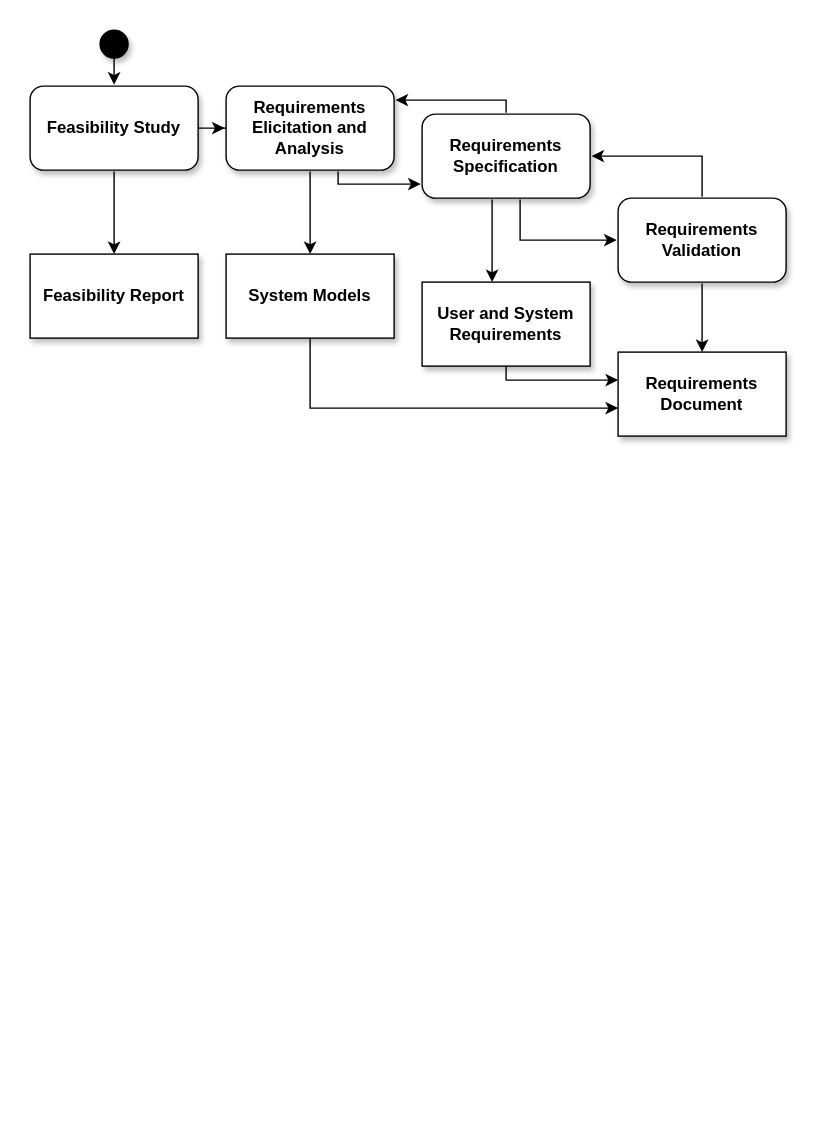
The draw.io diagram RE Process.drawio in ahmrh/diagrams.net, before the edit. Source tidied: cells renumbered, new cells numbered last; positions are measured from the earlier drawing's top-left corner, leaving out a move shared by most shapes. Both pictures are drawn from the tidied source at 140%, with x=0, y=0 at pixel (29, 29).
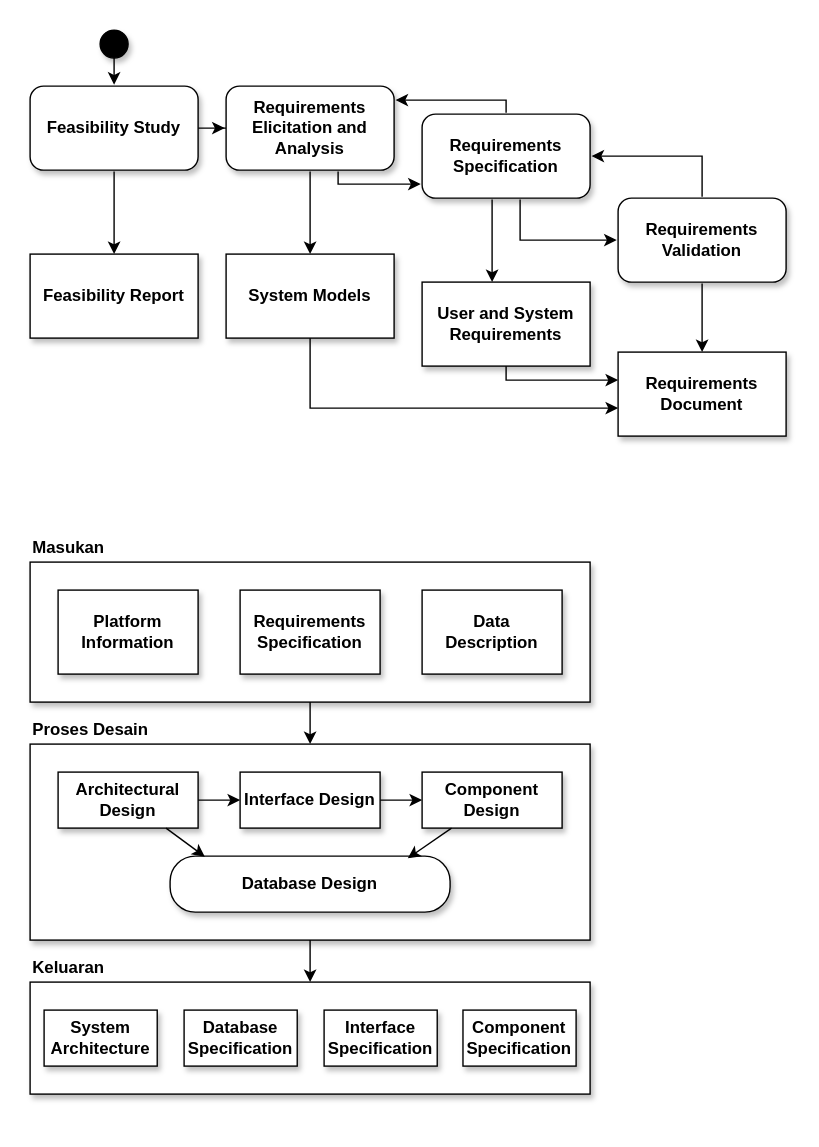
The same diagram, later.

The edit, as a diff of the source:
```diff
@@
+    <mxCell id="23" style="group;" parent="1" vertex="1">
+      <mxGeometry y="380" width="400" height="100" as="geometry" />
+    </mxCell>
+    <mxCell id="24" style="rounded=0;whiteSpace=wrap;html=1;shadow=1;strokeColor=default;fillColor=#FFFFFF;" parent="23" vertex="1">
+      <mxGeometry width="400" height="100" as="geometry" />
+    </mxCell>
+    <mxCell id="25" value="Platform Information" style="rounded=0;whiteSpace=wrap;html=1;shadow=1;strokeColor=default;fillColor=#FFFFFF;fontStyle=1;" parent="23" vertex="1">
+      <mxGeometry x="20" y="20" width="100" height="60" as="geometry" />
+    </mxCell>
+    <mxCell id="26" value="Requirements Specification" style="rounded=0;whiteSpace=wrap;html=1;shadow=1;strokeColor=default;fillColor=#FFFFFF;fontStyle=1;" parent="23" vertex="1">
+      <mxGeometry x="150" y="20" width="100" height="60" as="geometry" />
+    </mxCell>
+    <mxCell id="27" value="Data &lt;br&gt;Description" style="rounded=0;whiteSpace=wrap;html=1;shadow=1;strokeColor=default;fillColor=#FFFFFF;fontStyle=1;" parent="23" vertex="1">
+      <mxGeometry x="280" y="20" width="100" height="60" as="geometry" />
+    </mxCell>
+    <mxCell id="28" style="group;" parent="1" vertex="1">
+      <mxGeometry y="510" width="400" height="140" as="geometry" />
+    </mxCell>
+    <mxCell id="29" style="rounded=0;whiteSpace=wrap;html=1;shadow=1;strokeColor=default;fillColor=#FFFFFF;" parent="28" vertex="1">
+      <mxGeometry width="400" height="140" as="geometry" />
+    </mxCell>
+    <mxCell id="30" style="edgeStyle=orthogonalEdgeStyle;rounded=0;jettySize=auto;html=1;" parent="28" edge="1" source="31" target="33">
+      <mxGeometry relative="1" as="geometry" />
+    </mxCell>
+    <mxCell id="31" value="Architectural Design" style="rounded=0;whiteSpace=wrap;html=1;shadow=1;strokeColor=default;fillColor=#FFFFFF;fontStyle=1;" parent="28" vertex="1">
+      <mxGeometry x="20" y="20" width="100" height="40" as="geometry" />
+    </mxCell>
+    <mxCell id="32" style="edgeStyle=orthogonalEdgeStyle;rounded=0;jettySize=auto;html=1;" parent="28" edge="1" source="33" target="34">
+      <mxGeometry relative="1" as="geometry" />
+    </mxCell>
+    <mxCell id="33" value="Interface Design" style="rounded=0;whiteSpace=wrap;html=1;shadow=1;strokeColor=default;fillColor=#FFFFFF;fontStyle=1;" parent="28" vertex="1">
+      <mxGeometry x="150" y="20" width="100" height="40" as="geometry" />
+    </mxCell>
+    <mxCell id="34" value="Component Design" style="rounded=0;whiteSpace=wrap;html=1;shadow=1;strokeColor=default;fillColor=#FFFFFF;fontStyle=1;" parent="28" vertex="1">
+      <mxGeometry x="280" y="20" width="100" height="40" as="geometry" />
+    </mxCell>
+    <mxCell id="35" value="Database Design" style="rounded=1;whiteSpace=wrap;html=1;shadow=1;strokeColor=default;fillColor=#FFFFFF;fontStyle=1;arcSize=45;" parent="28" vertex="1">
+      <mxGeometry x="100" y="80" width="200" height="40" as="geometry" />
+    </mxCell>
+    <mxCell id="36" style="endArrow=classic;html=1;rounded=0;entryX=0.124;entryY=0.011;entryDx=0;entryDy=0;entryPerimeter=0;" parent="28" edge="1" source="31" target="35">
+      <mxGeometry relative="1" as="geometry" />
+    </mxCell>
+    <mxCell id="37" style="endArrow=classic;html=1;rounded=0;entryX=0.849;entryY=0.039;entryDx=0;entryDy=0;entryPerimeter=0;" parent="28" edge="1" source="34" target="35">
+      <mxGeometry relative="1" as="geometry" />
+    </mxCell>
+    <mxCell id="38" style="group;" parent="1" vertex="1">
+      <mxGeometry y="680" width="410" height="100" as="geometry" />
+    </mxCell>
+    <mxCell id="39" style="rounded=0;whiteSpace=wrap;html=1;shadow=1;strokeColor=default;fillColor=#FFFFFF;" parent="38" vertex="1">
+      <mxGeometry width="400" height="80" as="geometry" />
+    </mxCell>
+    <mxCell id="40" value="Database Specification" style="rounded=0;whiteSpace=wrap;html=1;shadow=1;strokeColor=default;fillColor=#FFFFFF;fontStyle=1;imageHeight=24;" parent="38" vertex="1">
+      <mxGeometry x="110" y="20" width="80.8" height="40" as="geometry" />
+    </mxCell>
+    <mxCell id="41" value="System Architecture" style="rounded=0;whiteSpace=wrap;html=1;shadow=1;strokeColor=default;fillColor=#FFFFFF;fontStyle=1;imageHeight=24;" parent="38" vertex="1">
+      <mxGeometry x="10" y="20" width="80.8" height="40" as="geometry" />
+    </mxCell>
+    <mxCell id="42" value="Interface Specification" style="rounded=0;whiteSpace=wrap;html=1;shadow=1;strokeColor=default;fillColor=#FFFFFF;fontStyle=1;imageHeight=24;" parent="38" vertex="1">
+      <mxGeometry x="210" y="20" width="80.8" height="40" as="geometry" />
+    </mxCell>
+    <mxCell id="43" style="group;" parent="38" vertex="1">
+      <mxGeometry x="40" y="20" width="350" height="40" as="geometry" />
+    </mxCell>
+    <mxCell id="44" value="Component Specification" style="rounded=0;whiteSpace=wrap;html=1;shadow=1;strokeColor=default;fillColor=#FFFFFF;fontStyle=1;imageHeight=24;" parent="43" vertex="1">
+      <mxGeometry x="269.2" width="80.8" height="40" as="geometry" />
+    </mxCell>
+    <mxCell id="45" style="edgeStyle=orthogonalEdgeStyle;rounded=0;jettySize=auto;html=1;entryX=0.5;entryY=0;entryDx=0;entryDy=0;" parent="1" edge="1" source="24" target="29">
+      <mxGeometry relative="1" as="geometry" />
+    </mxCell>
+    <mxCell id="46" style="edgeStyle=orthogonalEdgeStyle;rounded=0;jettySize=auto;html=1;" parent="1" edge="1" source="29" target="39">
+      <mxGeometry relative="1" as="geometry" />
+    </mxCell>
+    <mxCell id="47" value="&lt;b style=&quot;font-size: 12px;&quot;&gt;Proses Desain&lt;/b&gt;" style="rounded=0;whiteSpace=wrap;html=1;shadow=0;fontFamily=Helvetica;fontSize=12;strokeColor=none;fillColor=none;align=left;" parent="1" vertex="1">
+      <mxGeometry y="490" width="120" height="20" as="geometry" />
+    </mxCell>
+    <mxCell id="48" value="&lt;b style=&quot;font-size: 12px;&quot;&gt;Masukan&lt;/b&gt;" style="rounded=0;whiteSpace=wrap;html=1;shadow=0;fontFamily=Helvetica;fontSize=12;strokeColor=none;fillColor=none;align=left;" parent="1" vertex="1">
+      <mxGeometry y="360" width="120" height="20" as="geometry" />
+    </mxCell>
+    <mxCell id="49" value="&lt;b style=&quot;font-size: 12px;&quot;&gt;Keluaran&lt;/b&gt;" style="rounded=0;whiteSpace=wrap;html=1;shadow=0;fontFamily=Helvetica;fontSize=12;strokeColor=none;fillColor=none;align=left;" parent="1" vertex="1">
+      <mxGeometry y="660" width="120" height="20" as="geometry" />
+    </mxCell>
```
